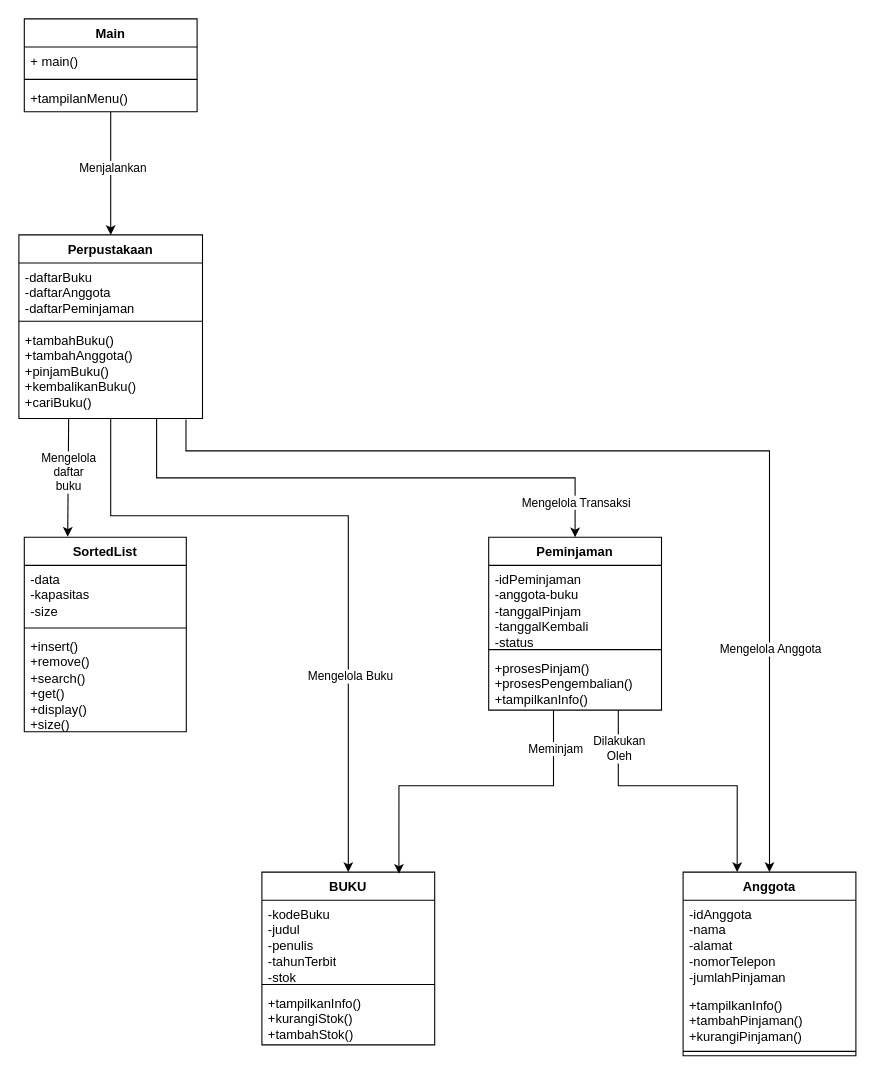
Above: Docs/Class-Diagram.drawio.xml in intan111025/UTS-POO_22515080_Nur-Intani-Munajat (draw.io), before the change. Source tidied: cells renumbered, new cells numbered last; positions are measured from the earlier drawing's top-left corner, leaving out a move shared by most shapes. Both pictures are drawn from the tidied source at 108%, with x=0, y=0 at pixel (18, 18).
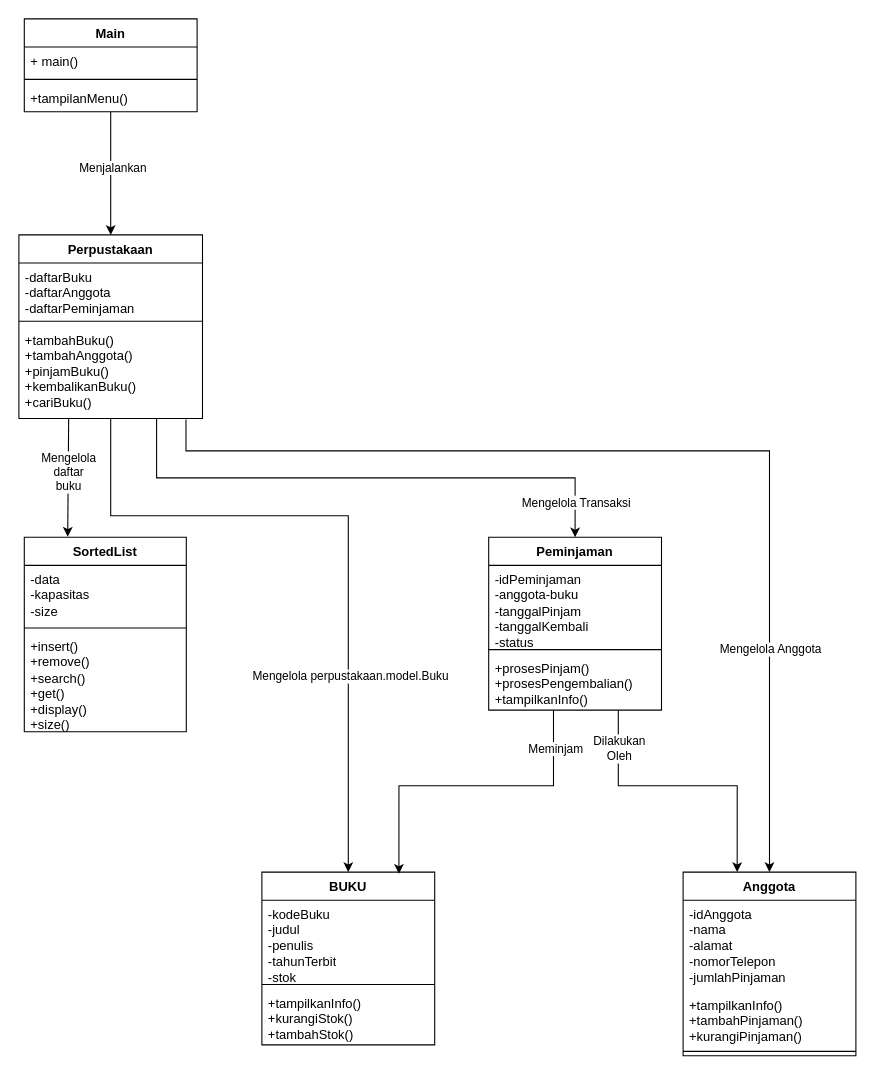
Above is the later version.

Commit message (it also covers changes not shown here):
git add -A git commit -m "refactor: pindahkan Buku ke package perpustakaan.model" git push

Unchanged cells that the change refers to:
```xml
<mxCell id="14" style="edgeStyle=orthogonalEdgeStyle;rounded=0;jettySize=auto;html=1;defaultLabelBackgroundColor=page;labelPadding=0 4;entryX=0.5;entryY=0;entryDx=0;entryDy=0;exitX=0.5;exitY=1;exitDx=0;exitDy=0;" parent="1" edge="1" source="18" target="22">
  <mxGeometry x="0.01" relative="1" as="geometry">
    <Array as="points">
      <mxPoint x="85" y="460" />
      <mxPoint x="305" y="460" />
    </Array>
  </mxGeometry>
</mxCell>
```

Diff of the diagram source:
```diff
@@
-    <mxCell id="15" value="Mengelola Buku" style="edgeLabel;html=1;align=center;verticalAlign=middle;inheritText=1;defaultLabelBackgroundColor=page;labelPadding=0 4;" parent="14" vertex="1">
+    <mxCell id="15" value="Mengelola perpustakaan.model.Buku" style="edgeLabel;html=1;align=center;verticalAlign=middle;inheritText=1;defaultLabelBackgroundColor=page;labelPadding=0 4;" parent="14" vertex="1">
       <mxGeometry x="0.43" y="1" relative="1" as="geometry" />
     </mxCell>
```
